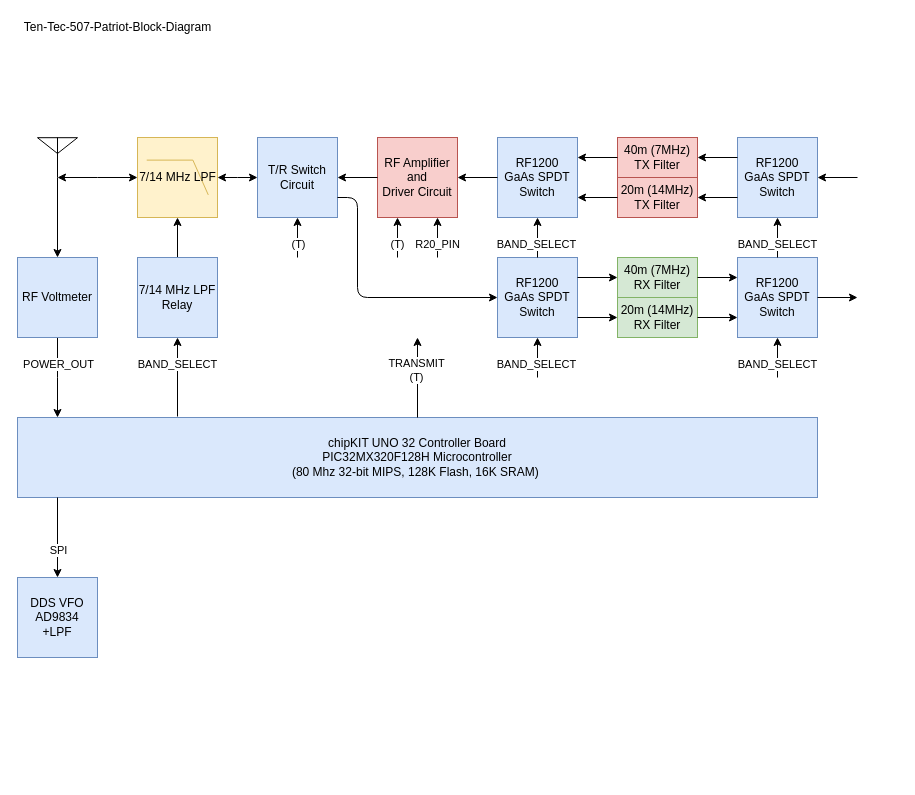
Above: Technicalities/TT-507-Block-Diagram.drawio in professor-zia/Radio-Ten-Tec-507-Patriot (draw.io), before the change. Source tidied: cells renumbered, new cells numbered last; positions are measured from the earlier drawing's top-left corner, leaving out a move shared by most shapes. Both pictures are drawn from the tidied source at 100%, with x=0, y=0 at pixel (17, 17).
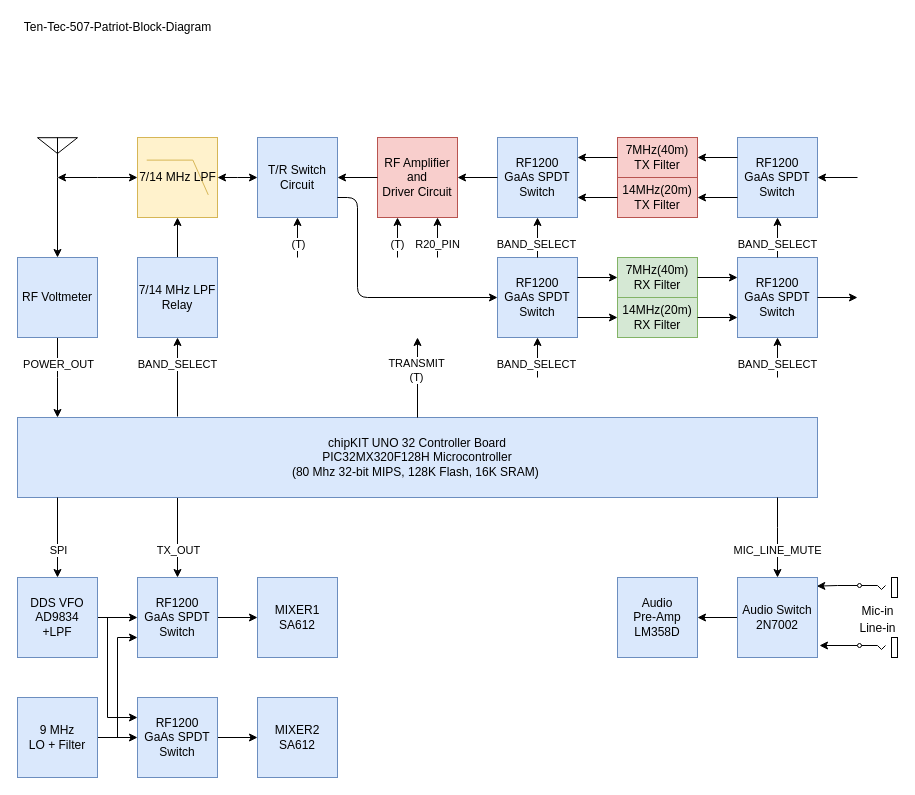
Above is the later version.

The change refers to these unchanged cells:
```xml
<mxCell id="12" value="chipKIT UNO 32 Controller Board&lt;br&gt;PIC32MX320F128H Microcontroller&lt;br&gt;(80 Mhz 32-bit MIPS,&amp;nbsp;128K Flash, 16K SRAM)&amp;nbsp;" style="rounded=0;whiteSpace=wrap;html=1;fillColor=#dae8fc;strokeColor=#6c8ebf;" parent="1" vertex="1">
  <mxGeometry y="400" width="800" height="80" as="geometry" />
</mxCell>
<mxCell id="55" value="DDS VFO&lt;br&gt;AD9834&lt;br&gt;+LPF" style="rounded=0;whiteSpace=wrap;html=1;fillColor=#dae8fc;strokeColor=#6c8ebf;" parent="1" vertex="1">
  <mxGeometry y="560" width="80" height="80" as="geometry" />
</mxCell>
```

The edit, as a diff of the source:
```diff
@@
-    <mxCell id="20" value="40m (7MHz)&lt;br&gt;TX Filter" style="rounded=0;whiteSpace=wrap;html=1;fillColor=#f8cecc;strokeColor=#b85450;" parent="1" vertex="1">
+    <mxCell id="20" value="7MHz(40m)&lt;br&gt;TX Filter" style="rounded=0;whiteSpace=wrap;html=1;fillColor=#f8cecc;strokeColor=#b85450;" parent="1" vertex="1">
       <mxGeometry x="600" y="120" width="80" height="40" as="geometry" />
     </mxCell>
-    <mxCell id="21" value="20m (14MHz)&lt;br&gt;TX Filter" style="rounded=0;whiteSpace=wrap;html=1;fillColor=#f8cecc;strokeColor=#b85450;" parent="1" vertex="1">
+    <mxCell id="21" value="14MHz(20m)&lt;br&gt;TX Filter" style="rounded=0;whiteSpace=wrap;html=1;fillColor=#f8cecc;strokeColor=#b85450;" parent="1" vertex="1">
       <mxGeometry x="600" y="160" width="80" height="40" as="geometry" />
     </mxCell>
-    <mxCell id="22" value="40m (7MHz)&lt;br&gt;RX Filter" style="rounded=0;whiteSpace=wrap;html=1;fillColor=#d5e8d4;strokeColor=#82b366;" parent="1" vertex="1">
+    <mxCell id="22" value="7MHz(40m)&lt;br&gt;RX Filter" style="rounded=0;whiteSpace=wrap;html=1;fillColor=#d5e8d4;strokeColor=#82b366;" parent="1" vertex="1">
       <mxGeometry x="600" y="240" width="80" height="40" as="geometry" />
     </mxCell>
-    <mxCell id="23" value="20m (14MHz)&lt;br&gt;RX Filter" style="rounded=0;whiteSpace=wrap;html=1;fillColor=#d5e8d4;strokeColor=#82b366;" parent="1" vertex="1">
+    <mxCell id="23" value="14MHz(20m)&lt;br&gt;RX Filter" style="rounded=0;whiteSpace=wrap;html=1;fillColor=#d5e8d4;strokeColor=#82b366;" parent="1" vertex="1">
       <mxGeometry x="600" y="280" width="80" height="40" as="geometry" />
     </mxCell>
@@
+    <mxCell id="58" style="edgeStyle=orthogonalEdgeStyle;rounded=0;jettySize=auto;html=1;exitX=1;exitY=0.5;exitDx=0;exitDy=0;entryX=0;entryY=0.5;entryDx=0;entryDy=0;" parent="1" edge="1" source="55" target="66">
+      <mxGeometry relative="1" as="geometry" />
+    </mxCell>
+    <mxCell id="59" style="edgeStyle=orthogonalEdgeStyle;rounded=0;jettySize=auto;html=1;exitX=1;exitY=0.5;exitDx=0;exitDy=0;entryX=0;entryY=0.25;entryDx=0;entryDy=0;" parent="1" edge="1" source="55" target="68">
+      <mxGeometry relative="1" as="geometry">
+        <Array as="points">
+          <mxPoint x="90" y="600" />
+          <mxPoint x="90" y="700" />
+        </Array>
+      </mxGeometry>
+    </mxCell>
@@
+    <mxCell id="60" style="edgeStyle=orthogonalEdgeStyle;rounded=0;jettySize=auto;html=1;exitX=1;exitY=0.5;exitDx=0;exitDy=0;entryX=0;entryY=0.5;entryDx=0;entryDy=0;" parent="1" edge="1" source="62" target="68">
+      <mxGeometry relative="1" as="geometry" />
+    </mxCell>
+    <mxCell id="61" style="edgeStyle=orthogonalEdgeStyle;rounded=0;jettySize=auto;html=1;exitX=1;exitY=0.5;exitDx=0;exitDy=0;entryX=0;entryY=0.75;entryDx=0;entryDy=0;" parent="1" edge="1" source="62" target="66">
+      <mxGeometry relative="1" as="geometry" />
+    </mxCell>
+    <mxCell id="62" value="9 MHz&lt;br&gt;LO + Filter" style="rounded=0;whiteSpace=wrap;html=1;fillColor=#dae8fc;strokeColor=#6c8ebf;" parent="1" vertex="1">
+      <mxGeometry y="680" width="80" height="80" as="geometry" />
+    </mxCell>
+    <mxCell id="63" style="edgeStyle=orthogonalEdgeStyle;rounded=0;jettySize=auto;html=1;exitX=1;exitY=0.5;exitDx=0;exitDy=0;entryX=0;entryY=0.5;entryDx=0;entryDy=0;" parent="1" edge="1" source="66" target="69">
+      <mxGeometry relative="1" as="geometry" />
+    </mxCell>
+    <mxCell id="64" style="edgeStyle=orthogonalEdgeStyle;rounded=0;jettySize=auto;html=1;exitX=0.2;exitY=1.006;exitDx=0;exitDy=0;entryX=0.5;entryY=0;entryDx=0;entryDy=0;exitPerimeter=0;" parent="1" edge="1" source="12" target="66">
+      <mxGeometry relative="1" as="geometry" />
+    </mxCell>
+    <mxCell id="65" value="TX_OUT" style="edgeLabel;html=1;align=center;verticalAlign=middle;" parent="64" vertex="1">
+      <mxGeometry x="0.72" relative="1" as="geometry">
+        <mxPoint y="-16" as="offset" />
+      </mxGeometry>
+    </mxCell>
+    <mxCell id="66" value="RF1200&lt;br&gt;GaAs&amp;nbsp;SPDT&lt;br&gt;Switch" style="rounded=0;whiteSpace=wrap;html=1;fillColor=#dae8fc;strokeColor=#6c8ebf;" parent="1" vertex="1">
+      <mxGeometry x="120" y="560" width="80" height="80" as="geometry" />
+    </mxCell>
+    <mxCell id="67" style="edgeStyle=orthogonalEdgeStyle;rounded=0;jettySize=auto;html=1;exitX=1;exitY=0.5;exitDx=0;exitDy=0;entryX=0;entryY=0.5;entryDx=0;entryDy=0;" parent="1" edge="1" source="68" target="70">
+      <mxGeometry relative="1" as="geometry" />
+    </mxCell>
+    <mxCell id="68" value="RF1200&lt;br&gt;GaAs&amp;nbsp;SPDT&lt;br&gt;Switch" style="rounded=0;whiteSpace=wrap;html=1;fillColor=#dae8fc;strokeColor=#6c8ebf;" parent="1" vertex="1">
+      <mxGeometry x="120" y="680" width="80" height="80" as="geometry" />
+    </mxCell>
+    <mxCell id="69" value="MIXER1&lt;br&gt;SA612" style="rounded=0;whiteSpace=wrap;html=1;fillColor=#dae8fc;strokeColor=#6c8ebf;" parent="1" vertex="1">
+      <mxGeometry x="240" y="560" width="80" height="80" as="geometry" />
+    </mxCell>
+    <mxCell id="70" value="MIXER2&lt;br&gt;SA612" style="rounded=0;whiteSpace=wrap;html=1;fillColor=#dae8fc;strokeColor=#6c8ebf;" parent="1" vertex="1">
+      <mxGeometry x="240" y="680" width="80" height="80" as="geometry" />
+    </mxCell>
+    <mxCell id="71" style="edgeStyle=orthogonalEdgeStyle;rounded=0;jettySize=auto;html=1;exitX=1;exitY=0.4;exitDx=0;exitDy=0;exitPerimeter=0;entryX=0.991;entryY=0.108;entryDx=0;entryDy=0;entryPerimeter=0;" parent="1" edge="1" source="72" target="78">
+      <mxGeometry relative="1" as="geometry" />
+    </mxCell>
+    <mxCell id="72" value="Mic-in" style="verticalLabelPosition=bottom;shadow=0;dashed=0;align=center;html=1;verticalAlign=top;shape=mxgraph.electrical.miscellaneous.2_conductor_jack;flipH=1;" parent="1" vertex="1">
+      <mxGeometry x="840" y="560" width="40" height="20" as="geometry" />
+    </mxCell>
+    <mxCell id="73" style="edgeStyle=orthogonalEdgeStyle;rounded=0;jettySize=auto;html=1;exitX=1;exitY=0.4;exitDx=0;exitDy=0;exitPerimeter=0;entryX=1.025;entryY=0.847;entryDx=0;entryDy=0;entryPerimeter=0;" parent="1" edge="1" source="74" target="78">
+      <mxGeometry relative="1" as="geometry" />
+    </mxCell>
+    <mxCell id="74" value="Line-in" style="verticalLabelPosition=top;shadow=0;dashed=0;align=center;html=1;verticalAlign=bottom;shape=mxgraph.electrical.miscellaneous.2_conductor_jack;flipH=1;labelPosition=center;" parent="1" vertex="1">
+      <mxGeometry x="840" y="620" width="40" height="20" as="geometry" />
+    </mxCell>
+    <mxCell id="75" style="edgeStyle=orthogonalEdgeStyle;rounded=0;jettySize=auto;html=1;entryX=0.5;entryY=0;entryDx=0;entryDy=0;" parent="1" edge="1" source="12" target="78">
+      <mxGeometry relative="1" as="geometry">
+        <Array as="points">
+          <mxPoint x="760" y="510" />
+          <mxPoint x="760" y="510" />
+        </Array>
+      </mxGeometry>
+    </mxCell>
+    <mxCell id="76" value="MIC_LINE_MUTE" style="edgeLabel;html=1;align=center;verticalAlign=middle;" parent="75" vertex="1">
+      <mxGeometry x="0.72" y="-1" relative="1" as="geometry">
+        <mxPoint y="-17" as="offset" />
+      </mxGeometry>
+    </mxCell>
+    <mxCell id="77" style="edgeStyle=orthogonalEdgeStyle;rounded=0;jettySize=auto;html=1;exitX=0;exitY=0.5;exitDx=0;exitDy=0;entryX=1;entryY=0.5;entryDx=0;entryDy=0;" parent="1" edge="1" source="78" target="79">
+      <mxGeometry relative="1" as="geometry" />
+    </mxCell>
+    <mxCell id="78" value="Audio Switch&lt;br&gt;2N7002" style="rounded=0;whiteSpace=wrap;html=1;fillColor=#dae8fc;strokeColor=#6c8ebf;" parent="1" vertex="1">
+      <mxGeometry x="720" y="560" width="80" height="80" as="geometry" />
+    </mxCell>
+    <mxCell id="79" value="Audio&lt;br&gt;Pre-Amp&lt;br&gt;LM358D" style="rounded=0;whiteSpace=wrap;html=1;fillColor=#dae8fc;strokeColor=#6c8ebf;" parent="1" vertex="1">
+      <mxGeometry x="600" y="560" width="80" height="80" as="geometry" />
+    </mxCell>
```
